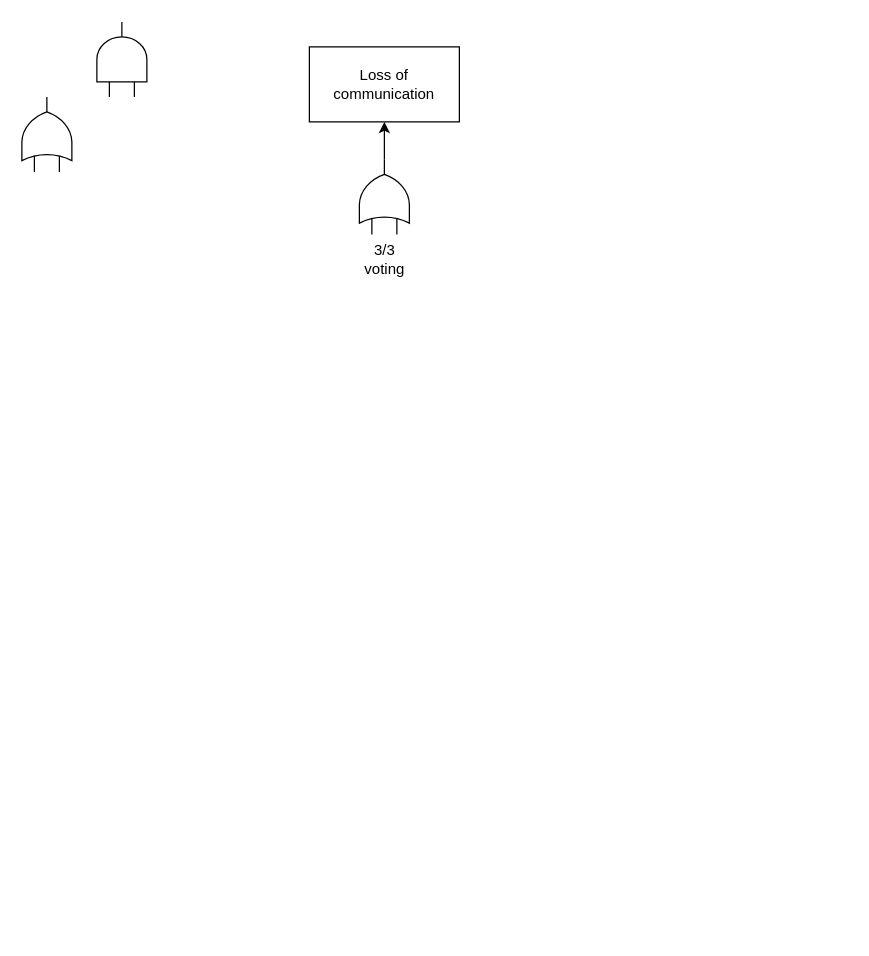
Above: page "fta_antenna" (3 of 4) of Diagrams/fta_entire_plane.drawio in bwolleswinkel/drawio (draw.io), before the change. Source tidied: cells renumbered, new cells numbered last; positions are measured from the earlier drawing's top-left corner, leaving out a move shared by most shapes. Both pictures are drawn from the tidied source at 125%, with x=0, y=0 at pixel (9, 34).
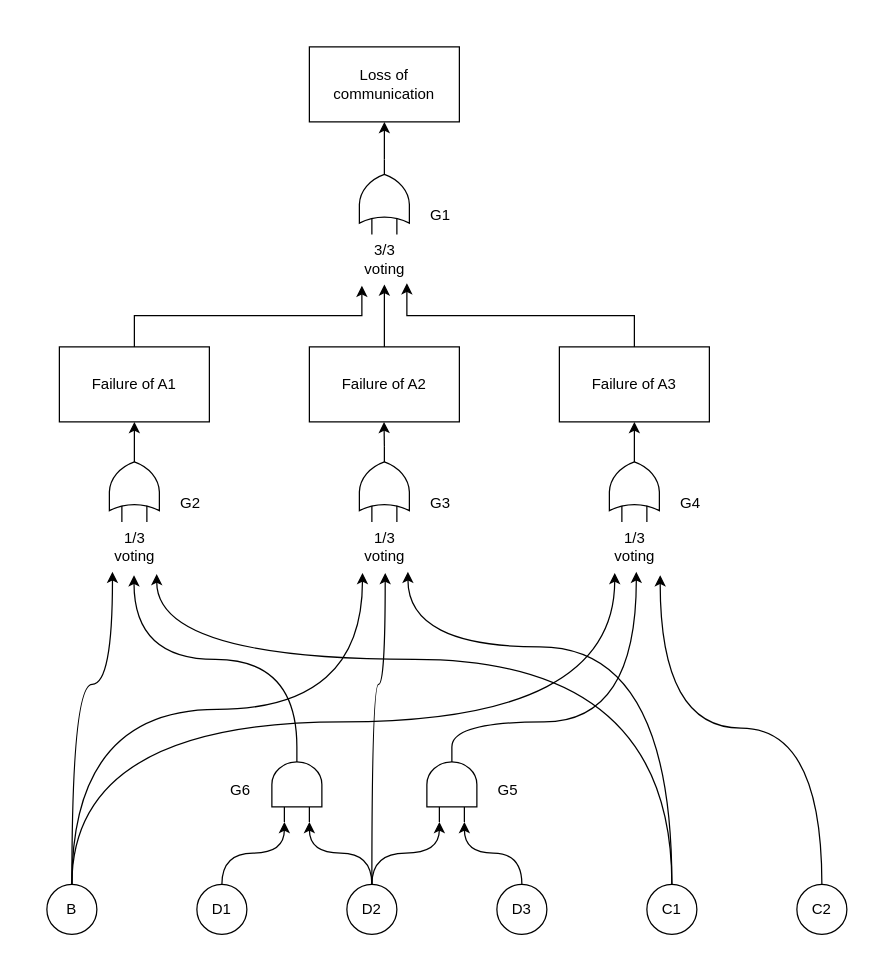
After the change.

The change refers to these unchanged cells:
```xml
<mxCell id="5" value="3/3&lt;div&gt;voting&lt;/div&gt;" style="text;html=1;align=center;verticalAlign=middle;points=[];strokeColor=none;fillColor=none;" parent="1" vertex="1">
  <mxGeometry x="270" y="160" width="60" height="40" as="geometry" />
</mxCell>
```

The edit, as a diff of the source:
```diff
@@
-    <mxCell id="6" style="verticalLabelPosition=bottom;shadow=0;dashed=0;align=center;html=1;verticalAlign=top;shape=mxgraph.electrical.logic_gates.logic_gate;operation=and;rotation=-90;" parent="1" vertex="1">
-      <mxGeometry x="60" width="60" height="40" as="geometry" />
-    </mxCell>
-    <mxCell id="7" style="verticalLabelPosition=bottom;shadow=0;dashed=0;align=center;html=1;verticalAlign=top;shape=mxgraph.electrical.logic_gates.logic_gate;operation=or;rotation=-90;" parent="1" vertex="1">
-      <mxGeometry y="60" width="60" height="40" as="geometry" />
-    </mxCell>
+    <mxCell id="8" value="&lt;div&gt;Failure of A1&lt;br&gt;&lt;/div&gt;" style="rounded=0;whiteSpace=wrap;html=1;" parent="1" vertex="1">
+      <mxGeometry x="40" y="250" width="120" height="60" as="geometry" />
+    </mxCell>
+    <mxCell id="9" value="&lt;div&gt;Failure of A2&lt;br&gt;&lt;/div&gt;" style="rounded=0;whiteSpace=wrap;html=1;" parent="1" vertex="1">
+      <mxGeometry x="240" y="250" width="120" height="60" as="geometry" />
+    </mxCell>
+    <mxCell id="10" value="&lt;div&gt;Failure of A3&lt;br&gt;&lt;/div&gt;" style="rounded=0;whiteSpace=wrap;html=1;" parent="1" vertex="1">
+      <mxGeometry x="440" y="250" width="120" height="60" as="geometry" />
+    </mxCell>
+    <mxCell id="11" style="edgeStyle=orthogonalEdgeStyle;rounded=0;jettySize=auto;html=1;exitX=0.5;exitY=0;exitDx=0;exitDy=0;entryX=0.2;entryY=1.025;entryDx=0;entryDy=0;entryPerimeter=0;" parent="1" edge="1" source="8" target="5">
+      <mxGeometry relative="1" as="geometry" />
+    </mxCell>
+    <mxCell id="12" style="edgeStyle=orthogonalEdgeStyle;rounded=0;jettySize=auto;html=1;exitX=0.5;exitY=0;exitDx=0;exitDy=0;entryX=0.5;entryY=1;entryDx=0;entryDy=0;entryPerimeter=0;" parent="1" edge="1" source="9" target="5">
+      <mxGeometry relative="1" as="geometry" />
+    </mxCell>
+    <mxCell id="13" style="edgeStyle=orthogonalEdgeStyle;rounded=0;jettySize=auto;html=1;exitX=0.5;exitY=0;exitDx=0;exitDy=0;entryX=0.8;entryY=0.975;entryDx=0;entryDy=0;entryPerimeter=0;" parent="1" edge="1" source="10" target="5">
+      <mxGeometry relative="1" as="geometry" />
+    </mxCell>
+    <mxCell id="14" style="edgeStyle=orthogonalEdgeStyle;rounded=0;jettySize=auto;html=1;exitX=1;exitY=0.5;exitDx=0;exitDy=0;exitPerimeter=0;entryX=0.5;entryY=1;entryDx=0;entryDy=0;" parent="1" edge="1" source="15" target="8">
+      <mxGeometry relative="1" as="geometry" />
+    </mxCell>
+    <mxCell id="15" style="verticalLabelPosition=bottom;shadow=0;dashed=0;align=center;html=1;verticalAlign=top;shape=mxgraph.electrical.logic_gates.logic_gate;operation=or;rotation=-90;" parent="1" vertex="1">
+      <mxGeometry x="70" y="340" width="60" height="40" as="geometry" />
+    </mxCell>
+    <mxCell id="16" value="1/3&lt;div&gt;voting&lt;/div&gt;" style="text;html=1;align=center;verticalAlign=middle;points=[];strokeColor=none;fillColor=none;" parent="1" vertex="1">
+      <mxGeometry x="70" y="390" width="60" height="40" as="geometry" />
+    </mxCell>
+    <mxCell id="17" value="G1" style="text;html=1;align=center;verticalAlign=middle;whiteSpace=wrap;rounded=0;" parent="1" vertex="1">
+      <mxGeometry x="330" y="130" width="30" height="30" as="geometry" />
+    </mxCell>
+    <mxCell id="18" value="B" style="ellipse;whiteSpace=wrap;html=1;" parent="1" vertex="1">
+      <mxGeometry x="30" y="680" width="40" height="40" as="geometry" />
+    </mxCell>
+    <mxCell id="19" value="D1" style="ellipse;whiteSpace=wrap;html=1;" parent="1" vertex="1">
+      <mxGeometry x="150" y="680" width="40" height="40" as="geometry" />
+    </mxCell>
+    <mxCell id="20" value="D2" style="ellipse;whiteSpace=wrap;html=1;" parent="1" vertex="1">
+      <mxGeometry x="270" y="680" width="40" height="40" as="geometry" />
+    </mxCell>
+    <mxCell id="21" value="D3" style="ellipse;whiteSpace=wrap;html=1;" parent="1" vertex="1">
+      <mxGeometry x="390" y="680" width="40" height="40" as="geometry" />
+    </mxCell>
+    <mxCell id="22" value="C1" style="ellipse;whiteSpace=wrap;html=1;" parent="1" vertex="1">
+      <mxGeometry x="510" y="680" width="40" height="40" as="geometry" />
+    </mxCell>
+    <mxCell id="23" value="C2" style="ellipse;whiteSpace=wrap;html=1;" parent="1" vertex="1">
+      <mxGeometry x="630" y="680" width="40" height="40" as="geometry" />
+    </mxCell>
+    <mxCell id="24" style="verticalLabelPosition=bottom;shadow=0;dashed=0;align=center;html=1;verticalAlign=top;shape=mxgraph.electrical.logic_gates.logic_gate;operation=and;rotation=-90;" parent="1" vertex="1">
+      <mxGeometry x="200" y="580" width="60" height="40" as="geometry" />
+    </mxCell>
+    <mxCell id="25" style="edgeStyle=orthogonalEdgeStyle;rounded=0;jettySize=auto;html=1;exitX=1;exitY=0.5;exitDx=0;exitDy=0;exitPerimeter=0;" parent="1" edge="1" source="26">
+      <mxGeometry relative="1" as="geometry">
+        <mxPoint x="299.7" y="310" as="targetPoint" />
+      </mxGeometry>
+    </mxCell>
+    <mxCell id="26" style="verticalLabelPosition=bottom;shadow=0;dashed=0;align=center;html=1;verticalAlign=top;shape=mxgraph.electrical.logic_gates.logic_gate;operation=or;rotation=-90;" parent="1" vertex="1">
+      <mxGeometry x="270" y="340" width="60" height="40" as="geometry" />
+    </mxCell>
+    <mxCell id="27" value="1/3&lt;div&gt;voting&lt;/div&gt;" style="text;html=1;align=center;verticalAlign=middle;points=[];strokeColor=none;fillColor=none;" parent="1" vertex="1">
+      <mxGeometry x="270" y="390" width="60" height="40" as="geometry" />
+    </mxCell>
+    <mxCell id="28" style="edgeStyle=orthogonalEdgeStyle;rounded=0;jettySize=auto;html=1;exitX=1;exitY=0.5;exitDx=0;exitDy=0;exitPerimeter=0;entryX=0.5;entryY=1;entryDx=0;entryDy=0;" parent="1" edge="1" source="29" target="10">
+      <mxGeometry relative="1" as="geometry" />
+    </mxCell>
+    <mxCell id="29" style="verticalLabelPosition=bottom;shadow=0;dashed=0;align=center;html=1;verticalAlign=top;shape=mxgraph.electrical.logic_gates.logic_gate;operation=or;rotation=-90;" parent="1" vertex="1">
+      <mxGeometry x="470" y="340" width="60" height="40" as="geometry" />
+    </mxCell>
+    <mxCell id="30" value="1/3&lt;div&gt;voting&lt;/div&gt;" style="text;html=1;align=center;verticalAlign=middle;points=[];strokeColor=none;fillColor=none;" parent="1" vertex="1">
+      <mxGeometry x="470" y="390" width="60" height="40" as="geometry" />
+    </mxCell>
+    <mxCell id="31" style="edgeStyle=orthogonalEdgeStyle;rounded=0;jettySize=auto;html=1;exitX=0.5;exitY=0;exitDx=0;exitDy=0;entryX=0;entryY=0.25;entryDx=0;entryDy=0;entryPerimeter=0;curved=1;" parent="1" edge="1" source="19" target="24">
+      <mxGeometry relative="1" as="geometry" />
+    </mxCell>
+    <mxCell id="32" style="edgeStyle=orthogonalEdgeStyle;rounded=0;jettySize=auto;html=1;exitX=0.5;exitY=0;exitDx=0;exitDy=0;entryX=0;entryY=0.75;entryDx=0;entryDy=0;entryPerimeter=0;curved=1;" parent="1" edge="1" source="20" target="24">
+      <mxGeometry relative="1" as="geometry" />
+    </mxCell>
+    <mxCell id="33" style="verticalLabelPosition=bottom;shadow=0;dashed=0;align=center;html=1;verticalAlign=top;shape=mxgraph.electrical.logic_gates.logic_gate;operation=and;rotation=-90;" parent="1" vertex="1">
+      <mxGeometry x="324" y="580" width="60" height="40" as="geometry" />
+    </mxCell>
+    <mxCell id="34" style="edgeStyle=orthogonalEdgeStyle;rounded=0;jettySize=auto;html=1;exitX=0.5;exitY=0;exitDx=0;exitDy=0;entryX=0;entryY=0.25;entryDx=0;entryDy=0;entryPerimeter=0;curved=1;" parent="1" edge="1" source="20" target="33">
+      <mxGeometry relative="1" as="geometry" />
+    </mxCell>
+    <mxCell id="35" style="edgeStyle=orthogonalEdgeStyle;rounded=0;jettySize=auto;html=1;exitX=0.5;exitY=0;exitDx=0;exitDy=0;entryX=0;entryY=0.75;entryDx=0;entryDy=0;entryPerimeter=0;curved=1;" parent="1" edge="1" source="21" target="33">
+      <mxGeometry relative="1" as="geometry" />
+    </mxCell>
+    <mxCell id="36" style="edgeStyle=orthogonalEdgeStyle;rounded=0;jettySize=auto;html=1;exitX=1;exitY=0.5;exitDx=0;exitDy=0;exitPerimeter=0;entryX=0.495;entryY=1.066;entryDx=0;entryDy=0;entryPerimeter=0;curved=1;" parent="1" edge="1" source="24" target="16">
+      <mxGeometry relative="1" as="geometry" />
+    </mxCell>
+    <mxCell id="37" style="edgeStyle=orthogonalEdgeStyle;rounded=0;jettySize=auto;html=1;exitX=0.5;exitY=0;exitDx=0;exitDy=0;entryX=0.208;entryY=0.998;entryDx=0;entryDy=0;entryPerimeter=0;curved=1;" parent="1" edge="1" source="18" target="16">
+      <mxGeometry relative="1" as="geometry">
+        <Array as="points">
+          <mxPoint x="50" y="520" />
+          <mxPoint x="83" y="520" />
+        </Array>
+      </mxGeometry>
+    </mxCell>
+    <mxCell id="38" style="edgeStyle=orthogonalEdgeStyle;rounded=0;jettySize=auto;html=1;exitX=0.5;exitY=0;exitDx=0;exitDy=0;entryX=0.798;entryY=1.043;entryDx=0;entryDy=0;entryPerimeter=0;curved=1;" parent="1" edge="1" source="22" target="16">
+      <mxGeometry relative="1" as="geometry">
+        <Array as="points">
+          <mxPoint x="530" y="500" />
+          <mxPoint x="118" y="500" />
+        </Array>
+      </mxGeometry>
+    </mxCell>
+    <mxCell id="39" style="edgeStyle=orthogonalEdgeStyle;rounded=0;jettySize=auto;html=1;exitX=0.5;exitY=0;exitDx=0;exitDy=0;entryX=0.208;entryY=1.02;entryDx=0;entryDy=0;entryPerimeter=0;curved=1;" parent="1" edge="1" source="18" target="27">
+      <mxGeometry relative="1" as="geometry">
+        <Array as="points">
+          <mxPoint x="50" y="540" />
+          <mxPoint x="283" y="540" />
+        </Array>
+      </mxGeometry>
+    </mxCell>
+    <mxCell id="40" style="edgeStyle=orthogonalEdgeStyle;rounded=0;jettySize=auto;html=1;exitX=0.5;exitY=0;exitDx=0;exitDy=0;entryX=0.238;entryY=1.02;entryDx=0;entryDy=0;entryPerimeter=0;curved=1;" parent="1" edge="1" source="18" target="30">
+      <mxGeometry relative="1" as="geometry">
+        <Array as="points">
+          <mxPoint x="50" y="550" />
+          <mxPoint x="484" y="550" />
+        </Array>
+      </mxGeometry>
+    </mxCell>
+    <mxCell id="41" style="edgeStyle=orthogonalEdgeStyle;rounded=0;jettySize=auto;html=1;exitX=1;exitY=0.5;exitDx=0;exitDy=0;exitPerimeter=0;entryX=0.526;entryY=0.998;entryDx=0;entryDy=0;entryPerimeter=0;curved=1;" parent="1" edge="1" source="33" target="30">
+      <mxGeometry relative="1" as="geometry">
+        <Array as="points">
+          <mxPoint x="354" y="550" />
+          <mxPoint x="502" y="550" />
+        </Array>
+      </mxGeometry>
+    </mxCell>
+    <mxCell id="42" style="edgeStyle=orthogonalEdgeStyle;rounded=0;jettySize=auto;html=1;exitX=0.5;exitY=0;exitDx=0;exitDy=0;entryX=0.511;entryY=1.02;entryDx=0;entryDy=0;entryPerimeter=0;curved=1;" parent="1" edge="1" source="20" target="27">
+      <mxGeometry relative="1" as="geometry">
+        <Array as="points">
+          <mxPoint x="290" y="520" />
+          <mxPoint x="301" y="520" />
+        </Array>
+      </mxGeometry>
+    </mxCell>
+    <mxCell id="43" style="edgeStyle=orthogonalEdgeStyle;rounded=0;jettySize=auto;html=1;exitX=0.5;exitY=0;exitDx=0;exitDy=0;entryX=0.814;entryY=0.998;entryDx=0;entryDy=0;entryPerimeter=0;curved=1;" parent="1" edge="1" source="22" target="27">
+      <mxGeometry relative="1" as="geometry">
+        <Array as="points">
+          <mxPoint x="530" y="490" />
+          <mxPoint x="319" y="490" />
+        </Array>
+      </mxGeometry>
+    </mxCell>
+    <mxCell id="44" style="edgeStyle=orthogonalEdgeStyle;rounded=0;jettySize=auto;html=1;exitX=0.5;exitY=0;exitDx=0;exitDy=0;entryX=0.844;entryY=1.066;entryDx=0;entryDy=0;entryPerimeter=0;curved=1;" parent="1" edge="1" source="23" target="30">
+      <mxGeometry relative="1" as="geometry" />
+    </mxCell>
+    <mxCell id="45" value="G2" style="text;html=1;align=center;verticalAlign=middle;whiteSpace=wrap;rounded=0;" parent="1" vertex="1">
+      <mxGeometry x="130" y="360" width="30" height="30" as="geometry" />
+    </mxCell>
+    <mxCell id="46" value="G3" style="text;html=1;align=center;verticalAlign=middle;whiteSpace=wrap;rounded=0;" parent="1" vertex="1">
+      <mxGeometry x="330" y="360" width="30" height="30" as="geometry" />
+    </mxCell>
+    <mxCell id="47" value="G4" style="text;html=1;align=center;verticalAlign=middle;whiteSpace=wrap;rounded=0;" parent="1" vertex="1">
+      <mxGeometry x="530" y="360" width="30" height="30" as="geometry" />
+    </mxCell>
+    <mxCell id="48" value="G6" style="text;html=1;align=center;verticalAlign=middle;whiteSpace=wrap;rounded=0;" parent="1" vertex="1">
+      <mxGeometry x="170" y="590" width="30" height="30" as="geometry" />
+    </mxCell>
+    <mxCell id="49" value="G5" style="text;html=1;align=center;verticalAlign=middle;whiteSpace=wrap;rounded=0;" parent="1" vertex="1">
+      <mxGeometry x="384" y="590" width="30" height="30" as="geometry" />
+    </mxCell>
```
